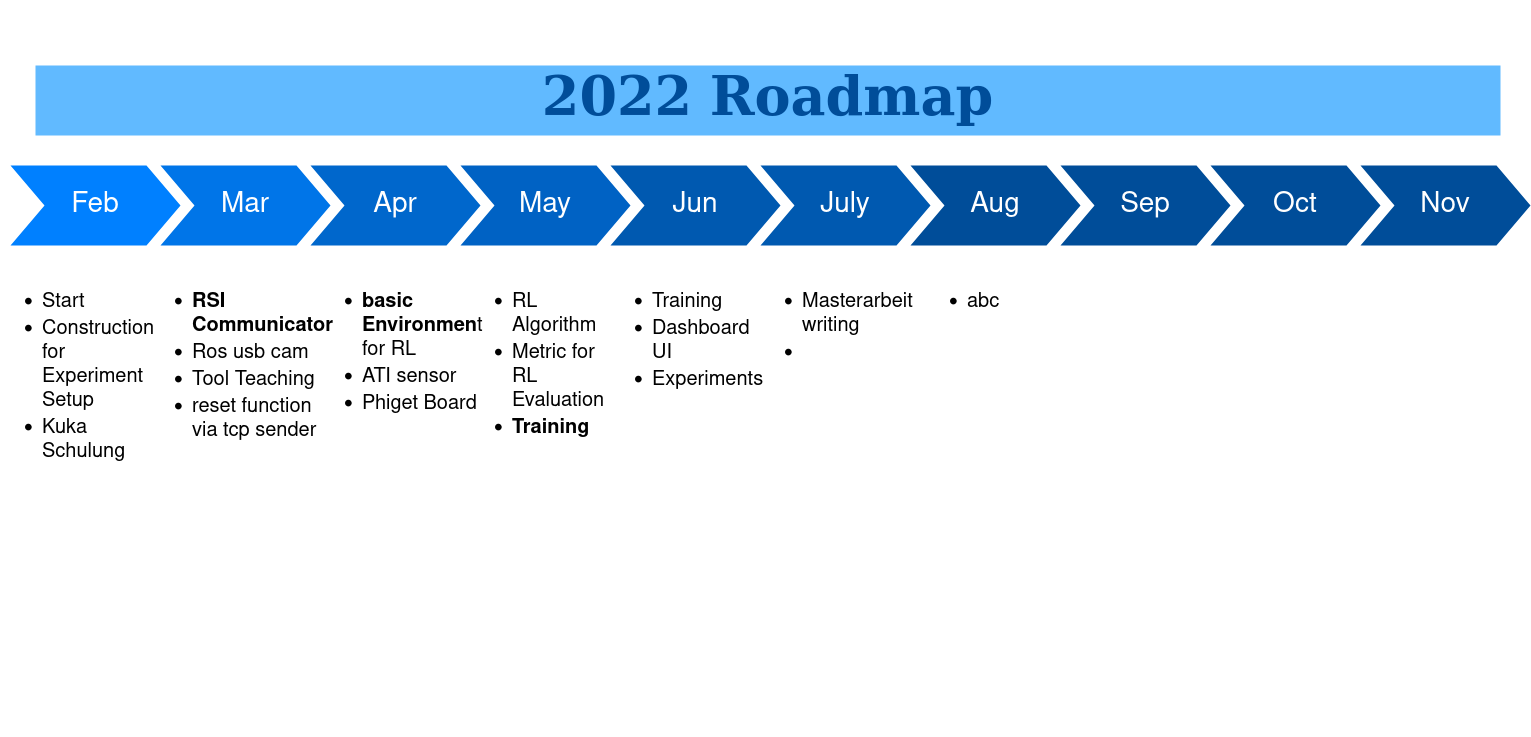
This is Roadmap.drawio.png from TONiiV/flowcharts, a draw.io export, as it was before one commit. Source tidied: cells renumbered, new cells last; positions are measured from the earlier drawing's top-left corner, leaving out a move shared by most shapes.
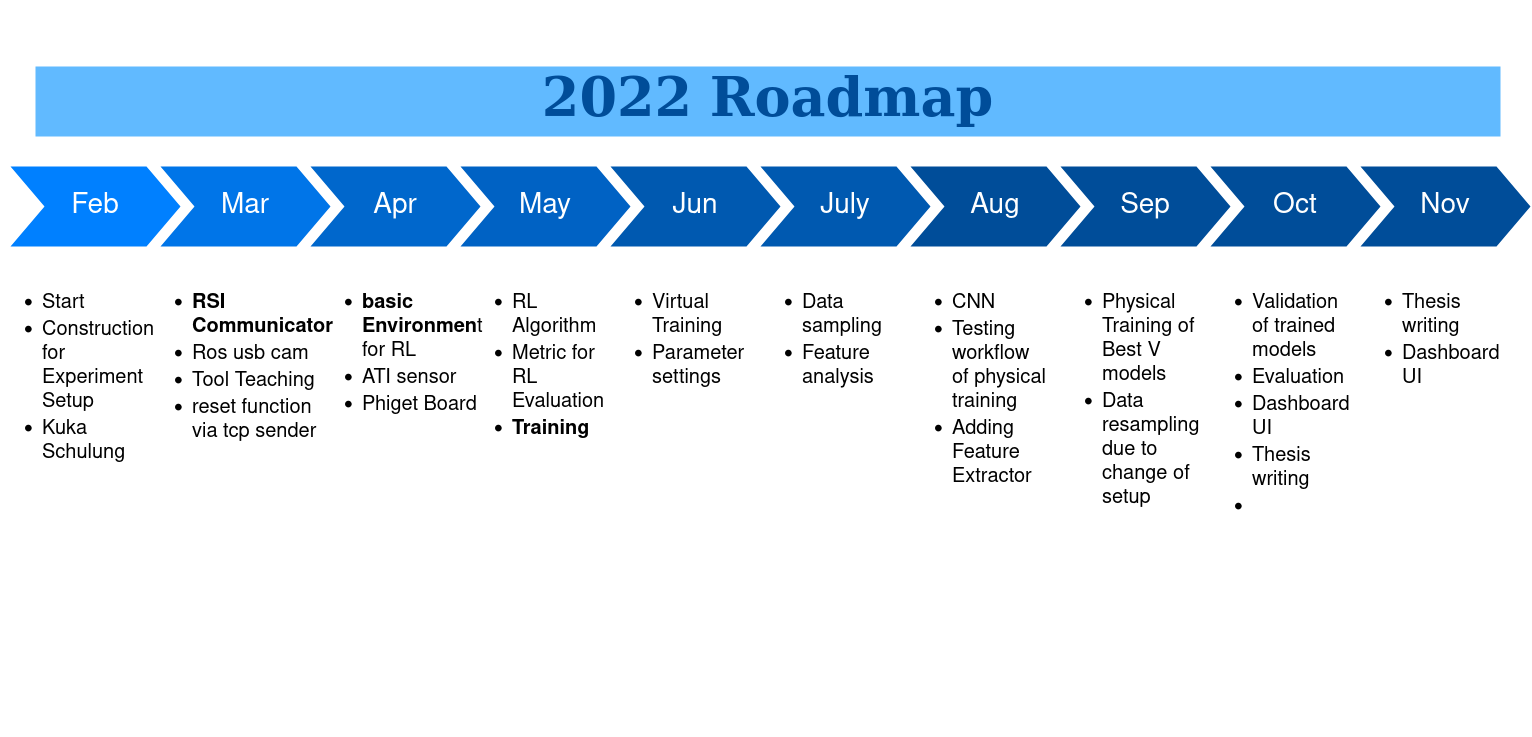
The same diagram one commit later.

Diff of the diagram source:
```diff
@@ -35,12 +35,9 @@
     <mxCell id="12" value="&lt;ul style=&quot;font-size: 20px&quot;&gt;&lt;li&gt;RL Algorithm&lt;/li&gt;&lt;li&gt;Metric for RL Evaluation&lt;/li&gt;&lt;li&gt;&lt;b&gt;Training&lt;/b&gt;&lt;br&gt;&lt;/li&gt;&lt;/ul&gt;" style="text;spacingTop=-5;fillColor=#ffffff;whiteSpace=wrap;html=1;align=left;fontSize=12;fontFamily=Helvetica;fillColor=none;strokeColor=none;" parent="1" vertex="1">
       <mxGeometry x="470" y="200" width="140" height="470" as="geometry" />
     </mxCell>
-    <mxCell id="13" value="&lt;ul style=&quot;font-size: 20px&quot;&gt;&lt;li&gt;Training&lt;/li&gt;&lt;li&gt;Dashboard UI&lt;/li&gt;&lt;li&gt;Experiments&lt;br&gt;&lt;/li&gt;&lt;/ul&gt;" style="text;spacingTop=-5;fillColor=#ffffff;whiteSpace=wrap;html=1;align=left;fontSize=12;fontFamily=Helvetica;fillColor=none;strokeColor=none;" parent="1" vertex="1">
+    <mxCell id="13" value="&lt;ul style=&quot;font-size: 20px&quot;&gt;&lt;li&gt;Virtual Training&lt;/li&gt;&lt;li&gt;Parameter settings&lt;br&gt;&lt;/li&gt;&lt;/ul&gt;" style="text;spacingTop=-5;fillColor=#ffffff;whiteSpace=wrap;html=1;align=left;fontSize=12;fontFamily=Helvetica;fillColor=none;strokeColor=none;" parent="1" vertex="1">
       <mxGeometry x="610" y="200" width="140" height="470" as="geometry" />
     </mxCell>
-    <mxCell id="14" value="&lt;ul style=&quot;font-size: 20px&quot;&gt;&lt;li&gt;abc&lt;/li&gt;&lt;/ul&gt;" style="text;spacingTop=-5;fillColor=#ffffff;whiteSpace=wrap;html=1;align=left;fontSize=12;fontFamily=Helvetica;fillColor=none;strokeColor=none;" parent="1" vertex="1">
-      <mxGeometry x="925" y="200" width="140" height="470" as="geometry" />
-    </mxCell>
     <mxCell id="15" value="Sep" style="shape=step;whiteSpace=wrap;html=1;fontSize=28;fillColor=#004D99;fontColor=#FFFFFF;strokeColor=none;" parent="1" vertex="1">
       <mxGeometry x="1060" y="100" width="170" height="80" as="geometry" />
     </mxCell>
@@ -53,8 +50,20 @@
     <mxCell id="18" value="July" style="shape=step;whiteSpace=wrap;html=1;fontSize=28;fillColor=#0059B0;fontColor=#FFFFFF;strokeColor=none;" parent="1" vertex="1">
       <mxGeometry x="760" y="100" width="170" height="80" as="geometry" />
     </mxCell>
-    <mxCell id="19" value="&lt;ul style=&quot;font-size: 20px&quot;&gt;&lt;li&gt;Masterarbeit writing&lt;/li&gt;&lt;li&gt;&lt;br&gt;&lt;/li&gt;&lt;/ul&gt;" style="text;spacingTop=-5;fillColor=#ffffff;whiteSpace=wrap;html=1;align=left;fontSize=12;fontFamily=Helvetica;fillColor=none;strokeColor=none;" parent="1" vertex="1">
+    <mxCell id="19" value="&lt;ul style=&quot;font-size: 20px&quot;&gt;&lt;li&gt;Data sampling&lt;br&gt;&lt;/li&gt;&lt;li&gt;Feature analysis&lt;br&gt;&lt;/li&gt;&lt;/ul&gt;" style="text;spacingTop=-5;fillColor=#ffffff;whiteSpace=wrap;html=1;align=left;fontSize=12;fontFamily=Helvetica;fillColor=none;strokeColor=none;" parent="1" vertex="1">
       <mxGeometry x="760" y="200" width="140" height="470" as="geometry" />
     </mxCell>
+    <mxCell id="20" value="&lt;ul style=&quot;font-size: 20px&quot;&gt;&lt;li&gt;Physical Training of Best V models&lt;/li&gt;&lt;li&gt;Data resampling due to change of setup&lt;br&gt;&lt;/li&gt;&lt;/ul&gt;" style="text;spacingTop=-5;fillColor=#ffffff;whiteSpace=wrap;html=1;align=left;fontSize=12;fontFamily=Helvetica;fillColor=none;strokeColor=none;" parent="1" vertex="1">
+      <mxGeometry x="1060" y="200" width="140" height="470" as="geometry" />
+    </mxCell>
+    <mxCell id="21" value="&lt;ul style=&quot;font-size: 20px&quot;&gt;&lt;li&gt;Validation of trained models&lt;/li&gt;&lt;li&gt;Evaluation&lt;/li&gt;&lt;li&gt;Dashboard UI&lt;/li&gt;&lt;li&gt;Thesis writing&lt;/li&gt;&lt;li&gt;&lt;br&gt;&lt;/li&gt;&lt;/ul&gt;" style="text;spacingTop=-5;fillColor=#ffffff;whiteSpace=wrap;html=1;align=left;fontSize=12;fontFamily=Helvetica;fillColor=none;strokeColor=none;" parent="1" vertex="1">
+      <mxGeometry x="1210" y="200" width="140" height="470" as="geometry" />
+    </mxCell>
+    <mxCell id="22" value="&lt;ul style=&quot;font-size: 20px&quot;&gt;&lt;li&gt;Thesis writing&lt;/li&gt;&lt;li&gt;Dashboard UI&lt;br&gt;&lt;/li&gt;&lt;/ul&gt;" style="text;spacingTop=-5;fillColor=#ffffff;whiteSpace=wrap;html=1;align=left;fontSize=12;fontFamily=Helvetica;fillColor=none;strokeColor=none;" parent="1" vertex="1">
+      <mxGeometry x="1360" y="200" width="140" height="470" as="geometry" />
+    </mxCell>
+    <mxCell id="23" value="&lt;ul style=&quot;font-size: 20px&quot;&gt;&lt;li&gt;CNN&lt;/li&gt;&lt;li&gt;Testing workflow of physical training&lt;/li&gt;&lt;li&gt;Adding Feature Extractor&lt;br&gt;&lt;/li&gt;&lt;/ul&gt;" style="text;spacingTop=-5;fillColor=#ffffff;whiteSpace=wrap;html=1;align=left;fontSize=12;fontFamily=Helvetica;fillColor=none;strokeColor=none;" parent="1" vertex="1">
+      <mxGeometry x="910" y="200" width="140" height="470" as="geometry" />
+    </mxCell>
   </root>
 </mxGraphModel>
```
